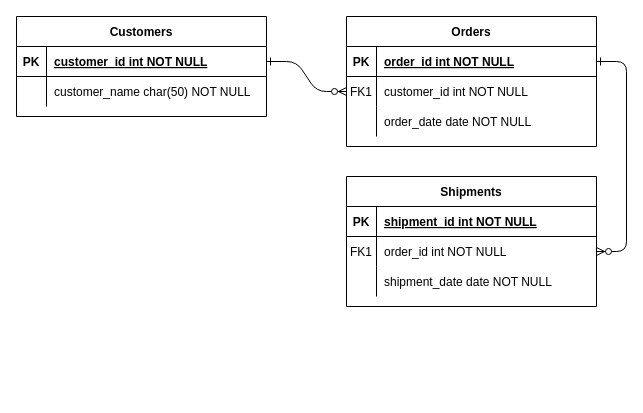
AlyaraAbilbashar/Project-2 keeps this draw.io diagram as Untitled Diagram.drawio. Above is the earlier version. Source tidied: cells renumbered, new cells numbered last; positions are measured from the earlier drawing's top-left corner, leaving out a move shared by most shapes. Both pictures are drawn from the tidied source at 100%, with x=0, y=0 at pixel (16, 16).
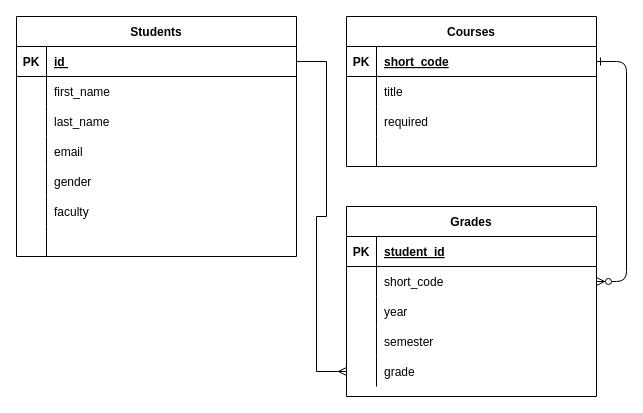
After the change.

Unchanged cells that the change refers to:
```xml
<mxCell id="5" style="shape=partialRectangle;fillColor=none;points=[[0,0.5],[1,0.5]];portConstraint=eastwest;top=0;left=0;right=0;bottom=1;" parent="4" vertex="1">
  <mxGeometry y="30" width="250" height="30" as="geometry" />
</mxCell>
<mxCell id="8" style="shape=partialRectangle;fillColor=none;points=[[0,0.5],[1,0.5]];portConstraint=eastwest;top=0;left=0;right=0;bottom=0;" parent="4" vertex="1">
  <mxGeometry y="60" width="250" height="30" as="geometry" />
</mxCell>
<mxCell id="11" style="shape=partialRectangle;fillColor=none;top=0;left=0;right=0;bottom=0;" parent="4" vertex="1">
  <mxGeometry y="90" width="250" height="30" as="geometry" />
</mxCell>
<mxCell id="15" style="shape=partialRectangle;fillColor=none;top=0;left=0;right=0;bottom=1;" parent="14" vertex="1">
  <mxGeometry y="30" width="250" height="30" as="geometry" />
</mxCell>
<mxCell id="18" style="shape=partialRectangle;fillColor=none;points=[[0,0.5],[1,0.5]];portConstraint=eastwest;top=0;left=0;right=0;bottom=0;" parent="14" vertex="1">
  <mxGeometry y="60" width="250" height="30" as="geometry" />
</mxCell>
<mxCell id="21" style="shape=partialRectangle;fillColor=none;top=0;left=0;right=0;bottom=0;" parent="14" vertex="1">
  <mxGeometry y="90" width="250" height="30" as="geometry" />
</mxCell>
```

Diff of the diagram source:
```diff
@@
-    <mxCell id="2" style="edgeStyle=entityRelationEdgeStyle;endArrow=ERzeroToMany;startArrow=ERone;endFill=1;startFill=0;" parent="1" edge="1" source="25" target="8">
-      <mxGeometry relative="1" as="geometry" />
-    </mxCell>
@@
-    <mxCell id="4" value="Orders" style="shape=table;startSize=30;childLayout=tableLayout;rowLines=0;fontStyle=1;align=center;" parent="1" vertex="1">
-      <mxGeometry x="330" width="250" height="130" as="geometry" />
+    <mxCell id="4" value="Courses" style="shape=table;startSize=30;childLayout=tableLayout;rowLines=0;fontStyle=1;align=center;" parent="1" vertex="1">
+      <mxGeometry x="330" width="250" height="150" as="geometry" />
     </mxCell>
@@
-    <mxCell id="7" value="order_id int NOT NULL " style="shape=partialRectangle;overflow=hidden;fillColor=none;top=0;left=0;bottom=0;right=0;align=left;spacingLeft=6;fontStyle=5;" parent="5" vertex="1">
+    <mxCell id="7" value="short_code" style="shape=partialRectangle;overflow=hidden;fillColor=none;top=0;left=0;bottom=0;right=0;align=left;spacingLeft=6;fontStyle=5;" parent="5" vertex="1">
       <mxGeometry x="30" width="220" height="30" as="geometry" />
     </mxCell>
@@
-    <mxCell id="9" value="FK1" style="shape=partialRectangle;overflow=hidden;fillColor=none;top=0;left=0;bottom=0;right=0;" parent="8" vertex="1">
+    <mxCell id="9" style="shape=partialRectangle;overflow=hidden;fillColor=none;top=0;left=0;bottom=0;right=0;" parent="8" vertex="1">
       <mxGeometry width="30" height="30" as="geometry" />
     </mxCell>
-    <mxCell id="10" value="customer_id int NOT NULL" style="shape=partialRectangle;overflow=hidden;fillColor=none;top=0;left=0;bottom=0;right=0;align=left;spacingLeft=6;" parent="8" vertex="1">
+    <mxCell id="10" value="title" style="shape=partialRectangle;overflow=hidden;fillColor=none;top=0;left=0;bottom=0;right=0;align=left;spacingLeft=6;" parent="8" vertex="1">
       <mxGeometry x="30" width="220" height="30" as="geometry" />
     </mxCell>
@@
-    <mxCell id="13" value="order_date date NOT NULL" style="shape=partialRectangle;overflow=hidden;fillColor=none;top=0;left=0;bottom=0;right=0;align=left;spacingLeft=6;" parent="11" vertex="1">
+    <mxCell id="13" value="required" style="shape=partialRectangle;overflow=hidden;fillColor=none;top=0;left=0;bottom=0;right=0;align=left;spacingLeft=6;" parent="11" vertex="1">
       <mxGeometry x="30" width="220" height="30" as="geometry" />
     </mxCell>
+    <mxCell id="31" style="shape=partialRectangle;fillColor=none;top=0;left=0;right=0;bottom=0;" parent="4" vertex="1">
+      <mxGeometry y="120" width="250" height="30" as="geometry" />
+    </mxCell>
+    <mxCell id="32" style="shape=partialRectangle;overflow=hidden;fillColor=none;top=0;left=0;bottom=0;right=0;" parent="31" vertex="1">
+      <mxGeometry width="30" height="30" as="geometry" />
+    </mxCell>
+    <mxCell id="33" style="shape=partialRectangle;overflow=hidden;fillColor=none;top=0;left=0;bottom=0;right=0;align=left;spacingLeft=6;" parent="31" vertex="1">
+      <mxGeometry x="30" width="220" height="30" as="geometry" />
+    </mxCell>
-    <mxCell id="14" value="Shipments" style="shape=table;startSize=30;childLayout=tableLayout;rowLines=0;fontStyle=1;align=center;" parent="1" vertex="1">
-      <mxGeometry x="330" y="160" width="250" height="130" as="geometry" />
+    <mxCell id="14" value="Grades" style="shape=table;startSize=30;childLayout=tableLayout;rowLines=0;fontStyle=1;align=center;" parent="1" vertex="1">
+      <mxGeometry x="330" y="190" width="250" height="190" as="geometry" />
     </mxCell>
@@
-    <mxCell id="17" value="shipment_id int NOT NULL " style="shape=partialRectangle;overflow=hidden;fillColor=none;top=0;left=0;bottom=0;right=0;align=left;spacingLeft=6;fontStyle=5;" parent="15" vertex="1">
+    <mxCell id="17" value="student_id" style="shape=partialRectangle;overflow=hidden;fillColor=none;top=0;left=0;bottom=0;right=0;align=left;spacingLeft=6;fontStyle=5;" parent="15" vertex="1">
       <mxGeometry x="30" width="220" height="30" as="geometry" />
     </mxCell>
@@
-    <mxCell id="19" value="FK1" style="shape=partialRectangle;overflow=hidden;fillColor=none;top=0;left=0;bottom=0;right=0;" parent="18" vertex="1">
+    <mxCell id="19" style="shape=partialRectangle;overflow=hidden;fillColor=none;top=0;left=0;bottom=0;right=0;" parent="18" vertex="1">
       <mxGeometry width="30" height="30" as="geometry" />
     </mxCell>
-    <mxCell id="20" value="order_id int NOT NULL" style="shape=partialRectangle;overflow=hidden;fillColor=none;top=0;left=0;bottom=0;right=0;align=left;spacingLeft=6;" parent="18" vertex="1">
+    <mxCell id="20" value="short_code" style="shape=partialRectangle;overflow=hidden;fillColor=none;top=0;left=0;bottom=0;right=0;align=left;spacingLeft=6;" parent="18" vertex="1">
       <mxGeometry x="30" width="220" height="30" as="geometry" />
     </mxCell>
@@
-    <mxCell id="23" value="shipment_date date NOT NULL" style="shape=partialRectangle;overflow=hidden;fillColor=none;top=0;left=0;bottom=0;right=0;align=left;spacingLeft=6;" parent="21" vertex="1">
+    <mxCell id="23" value="year" style="shape=partialRectangle;overflow=hidden;fillColor=none;top=0;left=0;bottom=0;right=0;align=left;spacingLeft=6;" parent="21" vertex="1">
       <mxGeometry x="30" width="220" height="30" as="geometry" />
     </mxCell>
+    <mxCell id="34" style="shape=partialRectangle;fillColor=none;top=0;left=0;right=0;bottom=0;" parent="14" vertex="1">
+      <mxGeometry y="120" width="250" height="30" as="geometry" />
+    </mxCell>
+    <mxCell id="35" style="shape=partialRectangle;overflow=hidden;fillColor=none;top=0;left=0;bottom=0;right=0;" parent="34" vertex="1">
+      <mxGeometry width="30" height="30" as="geometry" />
+    </mxCell>
+    <mxCell id="36" value="semester" style="shape=partialRectangle;overflow=hidden;fillColor=none;top=0;left=0;bottom=0;right=0;align=left;spacingLeft=6;" parent="34" vertex="1">
+      <mxGeometry x="30" width="220" height="30" as="geometry" />
+    </mxCell>
+    <mxCell id="37" style="shape=partialRectangle;fillColor=none;points=[[0,0.5],[1,0.5]];portConstraint=eastwest;top=0;left=0;right=0;bottom=0;" parent="14" vertex="1">
+      <mxGeometry y="150" width="250" height="30" as="geometry" />
+    </mxCell>
+    <mxCell id="38" style="shape=partialRectangle;overflow=hidden;fillColor=none;top=0;left=0;bottom=0;right=0;" parent="37" vertex="1">
+      <mxGeometry width="30" height="30" as="geometry" />
+    </mxCell>
+    <mxCell id="39" value="grade" style="shape=partialRectangle;overflow=hidden;fillColor=none;top=0;left=0;bottom=0;right=0;align=left;spacingLeft=6;" parent="37" vertex="1">
+      <mxGeometry x="30" width="220" height="30" as="geometry" />
+    </mxCell>
-    <mxCell id="24" value="Customers" style="shape=table;startSize=30;childLayout=tableLayout;rowLines=0;fontStyle=1;align=center;" parent="1" vertex="1">
-      <mxGeometry width="250" height="100" as="geometry" />
+    <mxCell id="24" value="Students" style="shape=table;startSize=30;childLayout=tableLayout;rowLines=0;fontStyle=1;align=center;" parent="1" vertex="1">
+      <mxGeometry width="280" height="240" as="geometry" />
     </mxCell>
     <mxCell id="25" style="shape=partialRectangle;fillColor=none;points=[[0,0.5],[1,0.5]];portConstraint=eastwest;top=0;left=0;right=0;bottom=1;" parent="24" vertex="1">
-      <mxGeometry y="30" width="250" height="30" as="geometry" />
+      <mxGeometry y="30" width="280" height="30" as="geometry" />
     </mxCell>
@@
-    <mxCell id="27" value="customer_id int NOT NULL " style="shape=partialRectangle;overflow=hidden;fillColor=none;top=0;left=0;bottom=0;right=0;align=left;spacingLeft=6;fontStyle=5;" parent="25" vertex="1">
-      <mxGeometry x="30" width="220" height="30" as="geometry" />
+    <mxCell id="27" value="id " style="shape=partialRectangle;overflow=hidden;fillColor=none;top=0;left=0;bottom=0;right=0;align=left;spacingLeft=6;fontStyle=5;" parent="25" vertex="1">
+      <mxGeometry x="30" width="250" height="30" as="geometry" />
     </mxCell>
+    <mxCell id="40" style="shape=partialRectangle;fillColor=none;top=0;left=0;right=0;bottom=0;" parent="24" vertex="1">
+      <mxGeometry y="60" width="280" height="30" as="geometry" />
+    </mxCell>
+    <mxCell id="41" style="shape=partialRectangle;overflow=hidden;fillColor=none;top=0;left=0;bottom=0;right=0;" parent="40" vertex="1">
+      <mxGeometry width="30" height="30" as="geometry" />
+    </mxCell>
+    <mxCell id="42" value="first_name" style="shape=partialRectangle;overflow=hidden;fillColor=none;top=0;left=0;bottom=0;right=0;align=left;spacingLeft=6;" parent="40" vertex="1">
+      <mxGeometry x="30" width="250" height="30" as="geometry" />
+    </mxCell>
+    <mxCell id="43" style="shape=partialRectangle;fillColor=none;top=0;left=0;right=0;bottom=0;" parent="24" vertex="1">
+      <mxGeometry y="90" width="280" height="30" as="geometry" />
+    </mxCell>
+    <mxCell id="44" style="shape=partialRectangle;overflow=hidden;fillColor=none;top=0;left=0;bottom=0;right=0;" parent="43" vertex="1">
+      <mxGeometry width="30" height="30" as="geometry" />
+    </mxCell>
+    <mxCell id="45" value="last_name" style="shape=partialRectangle;overflow=hidden;fillColor=none;top=0;left=0;bottom=0;right=0;align=left;spacingLeft=6;" parent="43" vertex="1">
+      <mxGeometry x="30" width="250" height="30" as="geometry" />
+    </mxCell>
+    <mxCell id="46" style="shape=partialRectangle;fillColor=none;top=0;left=0;right=0;bottom=0;" parent="24" vertex="1">
+      <mxGeometry y="120" width="280" height="30" as="geometry" />
+    </mxCell>
+    <mxCell id="47" style="shape=partialRectangle;overflow=hidden;fillColor=none;top=0;left=0;bottom=0;right=0;" parent="46" vertex="1">
+      <mxGeometry width="30" height="30" as="geometry" />
+    </mxCell>
+    <mxCell id="48" value="email" style="shape=partialRectangle;overflow=hidden;fillColor=none;top=0;left=0;bottom=0;right=0;align=left;spacingLeft=6;" parent="46" vertex="1">
+      <mxGeometry x="30" width="250" height="30" as="geometry" />
+    </mxCell>
+    <mxCell id="49" style="shape=partialRectangle;fillColor=none;top=0;left=0;right=0;bottom=0;" parent="24" vertex="1">
+      <mxGeometry y="150" width="280" height="30" as="geometry" />
+    </mxCell>
+    <mxCell id="50" style="shape=partialRectangle;overflow=hidden;fillColor=none;top=0;left=0;bottom=0;right=0;" parent="49" vertex="1">
+      <mxGeometry width="30" height="30" as="geometry" />
+    </mxCell>
+    <mxCell id="51" value="gender" style="shape=partialRectangle;overflow=hidden;fillColor=none;top=0;left=0;bottom=0;right=0;align=left;spacingLeft=6;" parent="49" vertex="1">
+      <mxGeometry x="30" width="250" height="30" as="geometry" />
+    </mxCell>
+    <mxCell id="52" style="shape=partialRectangle;fillColor=none;top=0;left=0;right=0;bottom=0;" parent="24" vertex="1">
+      <mxGeometry y="180" width="280" height="30" as="geometry" />
+    </mxCell>
+    <mxCell id="53" style="shape=partialRectangle;overflow=hidden;fillColor=none;top=0;left=0;bottom=0;right=0;" parent="52" vertex="1">
+      <mxGeometry width="30" height="30" as="geometry" />
+    </mxCell>
+    <mxCell id="54" value="faculty" style="shape=partialRectangle;overflow=hidden;fillColor=none;top=0;left=0;bottom=0;right=0;align=left;spacingLeft=6;" parent="52" vertex="1">
+      <mxGeometry x="30" width="250" height="30" as="geometry" />
+    </mxCell>
     <mxCell id="28" style="shape=partialRectangle;fillColor=none;top=0;left=0;right=0;bottom=0;" parent="24" vertex="1">
-      <mxGeometry y="60" width="250" height="30" as="geometry" />
+      <mxGeometry y="210" width="280" height="30" as="geometry" />
     </mxCell>
@@
-    <mxCell id="30" value="customer_name char(50) NOT NULL" style="shape=partialRectangle;overflow=hidden;fillColor=none;top=0;left=0;bottom=0;right=0;align=left;spacingLeft=6;" parent="28" vertex="1">
-      <mxGeometry x="30" width="220" height="30" as="geometry" />
+    <mxCell id="30" style="shape=partialRectangle;overflow=hidden;fillColor=none;top=0;left=0;bottom=0;right=0;align=left;spacingLeft=6;" parent="28" vertex="1">
+      <mxGeometry x="30" width="250" height="30" as="geometry" />
     </mxCell>
+    <mxCell id="55" style="edgeStyle=entityRelationEdgeStyle;fontSize=12;html=1;endArrow=ERmany;rounded=0;exitX=1;exitY=0.5;exitDx=0;exitDy=0;" parent="1" edge="1" source="25" target="37">
+      <mxGeometry relative="1" as="geometry" />
+    </mxCell>
```
